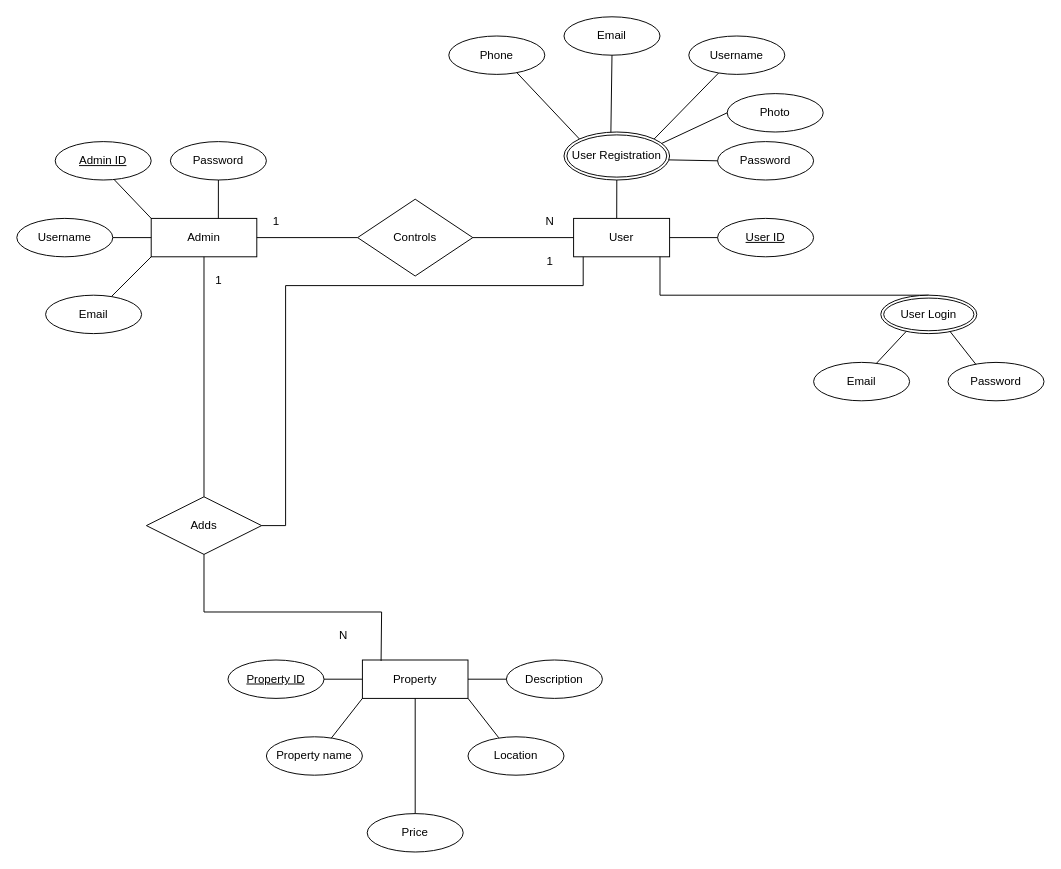
Earlier version of the draw.io diagram Untitled Diagram.drawio (stormraider2059/csit-2077-photos). Source tidied: cells renumbered, new cells numbered last; positions are measured from the earlier drawing's top-left corner, leaving out a move shared by most shapes. Both pictures are drawn from the tidied source at 96%, with x=0, y=0 at pixel (16, 16).
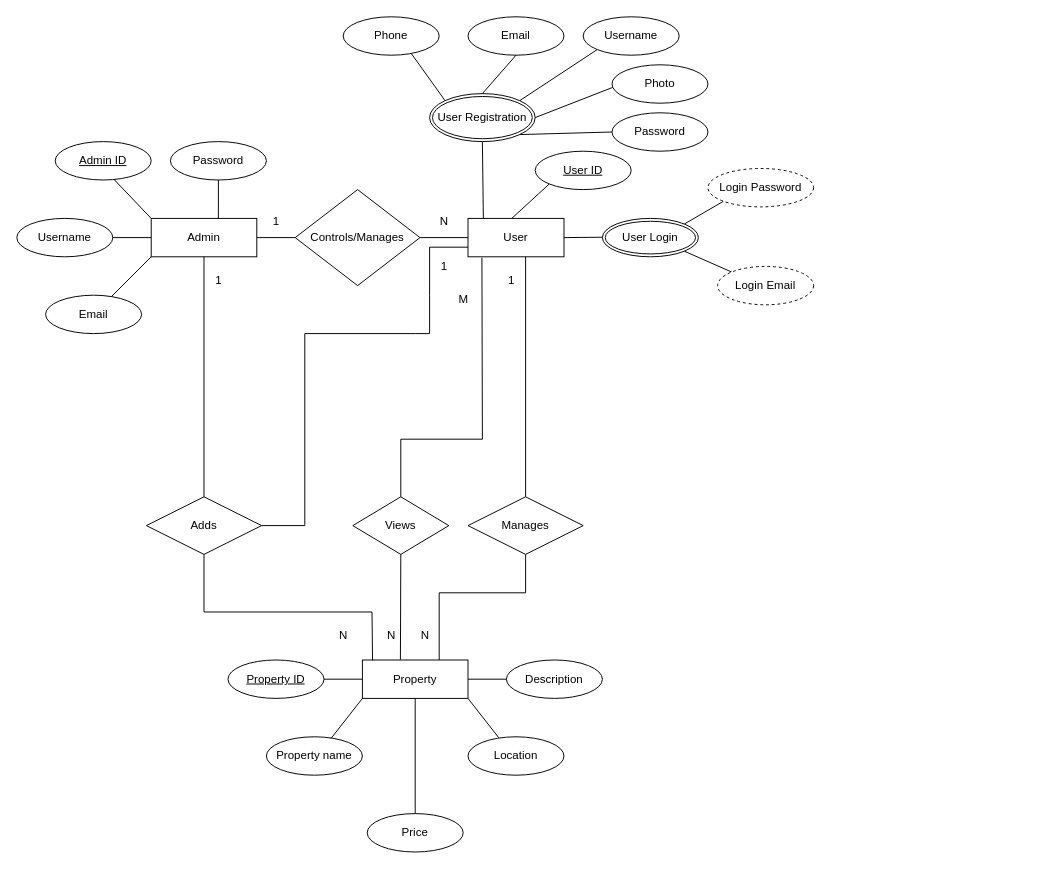
Above is the later version.

Unchanged cells that the change refers to:
```xml
<mxCell id="34" value="Property" style="whiteSpace=wrap;html=1;align=center;" parent="1" vertex="1">
  <mxGeometry x="360" y="670" width="110" height="40" as="geometry" />
</mxCell>
<mxCell id="45" value="Adds" style="shape=rhombus;perimeter=rhombusPerimeter;whiteSpace=wrap;html=1;align=center;" parent="1" vertex="1">
  <mxGeometry x="135" y="500" width="120" height="60" as="geometry" />
</mxCell>
```

The edit, as a diff of the source:
```diff
@@
     <mxCell id="2" value="User" style="whiteSpace=wrap;html=1;align=center;" parent="1" vertex="1">
-      <mxGeometry x="580" y="210" width="100" height="40" as="geometry" />
+      <mxGeometry x="470" y="210" width="100" height="40" as="geometry" />
     </mxCell>
@@
-    <mxCell id="4" value="Controls" style="shape=rhombus;perimeter=rhombusPerimeter;whiteSpace=wrap;html=1;align=center;" parent="1" vertex="1">
-      <mxGeometry x="355" y="190" width="120" height="80" as="geometry" />
+    <mxCell id="4" value="Controls/Manages" style="shape=rhombus;perimeter=rhombusPerimeter;whiteSpace=wrap;html=1;align=center;" parent="1" vertex="1">
+      <mxGeometry x="290" y="180" width="130" height="100" as="geometry" />
     </mxCell>
@@
-    <mxCell id="14" style="endArrow=none;html=1;rounded=0;exitX=0.449;exitY=-0.009;exitDx=0;exitDy=0;entryX=0.5;entryY=1;entryDx=0;entryDy=0;exitPerimeter=0;" parent="1" edge="1" source="2" target="19">
+    <mxCell id="14" style="endArrow=none;html=1;rounded=0;exitX=0.16;exitY=0.001;exitDx=0;exitDy=0;entryX=0.5;entryY=1;entryDx=0;entryDy=0;exitPerimeter=0;" parent="1" edge="1" source="2" target="19">
       <mxGeometry relative="1" as="geometry" />
     </mxCell>
     <mxCell id="15" value="Photo" style="ellipse;whiteSpace=wrap;html=1;align=center;" parent="1" vertex="1">
-      <mxGeometry x="740" y="80" width="100" height="40" as="geometry" />
+      <mxGeometry x="620" y="50" width="100" height="40" as="geometry" />
     </mxCell>
-    <mxCell id="16" style="endArrow=none;html=1;rounded=0;exitX=0.909;exitY=0.255;exitDx=0;exitDy=0;entryX=0;entryY=0.5;entryDx=0;entryDy=0;exitPerimeter=0;" parent="1" edge="1" source="19" target="15">
+    <mxCell id="16" style="endArrow=none;html=1;rounded=0;exitX=1;exitY=0.5;exitDx=0;exitDy=0;entryX=0.007;entryY=0.589;entryDx=0;entryDy=0;entryPerimeter=0;" parent="1" edge="1" source="19" target="15">
       <mxGeometry relative="1" as="geometry" />
     </mxCell>
-    <mxCell id="17" value="Email" style="ellipse;whiteSpace=wrap;html=1;align=center;" parent="1" vertex="1">
-      <mxGeometry x="830" y="360" width="100" height="40" as="geometry" />
-    </mxCell>
-    <mxCell id="18" style="endArrow=none;html=1;rounded=0;entryX=0.5;entryY=0;entryDx=0;entryDy=0;exitX=0.9;exitY=0.996;exitDx=0;exitDy=0;exitPerimeter=0;" parent="1" edge="1" source="2" target="20">
-      <mxGeometry relative="1" as="geometry">
-        <Array as="points">
-          <mxPoint x="670" y="290" />
-        </Array>
-      </mxGeometry>
+    <mxCell id="18" style="endArrow=none;html=1;rounded=0;exitX=1;exitY=0.5;exitDx=0;exitDy=0;entryX=0.024;entryY=0.49;entryDx=0;entryDy=0;entryPerimeter=0;" parent="1" edge="1" source="2" target="20">
+      <mxGeometry relative="1" as="geometry" />
     </mxCell>
     <mxCell id="19" value="User Registration" style="ellipse;shape=doubleEllipse;margin=3;whiteSpace=wrap;html=1;align=center;" parent="1" vertex="1">
-      <mxGeometry x="570" y="120" width="110" height="50" as="geometry" />
+      <mxGeometry x="430" y="80" width="110" height="50" as="geometry" />
     </mxCell>
     <mxCell id="20" value="User Login" style="ellipse;shape=doubleEllipse;margin=3;whiteSpace=wrap;html=1;align=center;" parent="1" vertex="1">
-      <mxGeometry x="900" y="290" width="100" height="40" as="geometry" />
+      <mxGeometry x="610" y="210" width="100" height="40" as="geometry" />
     </mxCell>
     <mxCell id="21" value="Username" style="ellipse;whiteSpace=wrap;html=1;align=center;rotation=0;" parent="1" vertex="1">
-      <mxGeometry x="700" y="20" width="100" height="40" as="geometry" />
+      <mxGeometry x="590" width="100" height="40" as="geometry" />
     </mxCell>
-    <mxCell id="22" style="endArrow=none;html=1;rounded=0;exitX=1;exitY=0;exitDx=0;exitDy=0;entryX=0.311;entryY=0.963;entryDx=0;entryDy=0;entryPerimeter=0;" parent="1" edge="1" source="19" target="21">
+    <mxCell id="22" style="endArrow=none;html=1;rounded=0;exitX=1;exitY=0;exitDx=0;exitDy=0;entryX=0;entryY=1;entryDx=0;entryDy=0;" parent="1" edge="1" source="19" target="21">
       <mxGeometry relative="1" as="geometry" />
     </mxCell>
     <mxCell id="23" value="Email" style="ellipse;whiteSpace=wrap;html=1;align=center;" parent="1" vertex="1">
-      <mxGeometry x="570" width="100" height="40" as="geometry" />
+      <mxGeometry x="470" width="100" height="40" as="geometry" />
     </mxCell>
-    <mxCell id="24" style="endArrow=none;html=1;rounded=0;exitX=0.444;exitY=0.007;exitDx=0;exitDy=0;entryX=0.5;entryY=1;entryDx=0;entryDy=0;exitPerimeter=0;" parent="1" edge="1" source="19" target="23">
+    <mxCell id="24" style="endArrow=none;html=1;rounded=0;exitX=0.5;exitY=0;exitDx=0;exitDy=0;entryX=0.5;entryY=1;entryDx=0;entryDy=0;" parent="1" edge="1" source="19" target="23">
       <mxGeometry relative="1" as="geometry" />
     </mxCell>
     <mxCell id="25" value="Phone" style="ellipse;whiteSpace=wrap;html=1;align=center;" parent="1" vertex="1">
-      <mxGeometry x="450" y="20" width="100" height="40" as="geometry" />
+      <mxGeometry x="340" width="100" height="40" as="geometry" />
     </mxCell>
@@
     <mxCell id="27" value="&lt;u&gt;User ID&lt;/u&gt;" style="ellipse;whiteSpace=wrap;html=1;align=center;" parent="1" vertex="1">
-      <mxGeometry x="730" y="210" width="100" height="40" as="geometry" />
+      <mxGeometry x="540" y="140" width="100" height="40" as="geometry" />
     </mxCell>
-    <mxCell id="28" style="endArrow=none;html=1;rounded=0;entryX=0.265;entryY=0.942;entryDx=0;entryDy=0;entryPerimeter=0;exitX=0.654;exitY=0.025;exitDx=0;exitDy=0;exitPerimeter=0;" parent="1" edge="1" source="17" target="20">
+    <mxCell id="28" style="endArrow=none;html=1;rounded=0;entryX=1;entryY=1;entryDx=0;entryDy=0;exitX=0;exitY=0;exitDx=0;exitDy=0;" parent="1" edge="1" source="66" target="20">
       <mxGeometry relative="1" as="geometry" />
     </mxCell>
-    <mxCell id="29" value="Password" style="ellipse;whiteSpace=wrap;html=1;align=center;" parent="1" vertex="1">
-      <mxGeometry x="970" y="360" width="100" height="40" as="geometry" />
-    </mxCell>
     <mxCell id="30" value="Password" style="ellipse;whiteSpace=wrap;html=1;align=center;" parent="1" vertex="1">
-      <mxGeometry x="730" y="130" width="100" height="40" as="geometry" />
+      <mxGeometry x="620" y="100" width="100" height="40" as="geometry" />
     </mxCell>
-    <mxCell id="31" style="endArrow=none;html=1;rounded=0;exitX=0;exitY=0.5;exitDx=0;exitDy=0;entryX=0.991;entryY=0.581;entryDx=0;entryDy=0;entryPerimeter=0;" parent="1" edge="1" source="30" target="19">
+    <mxCell id="31" style="endArrow=none;html=1;rounded=0;exitX=0;exitY=0.5;exitDx=0;exitDy=0;entryX=1;entryY=1;entryDx=0;entryDy=0;" parent="1" edge="1" source="30" target="19">
       <mxGeometry relative="1" as="geometry" />
     </mxCell>
-    <mxCell id="32" style="endArrow=none;html=1;rounded=0;exitX=0.29;exitY=0.049;exitDx=0;exitDy=0;entryX=0.72;entryY=0.94;entryDx=0;entryDy=0;entryPerimeter=0;exitPerimeter=0;" parent="1" edge="1" source="29" target="20">
+    <mxCell id="32" style="endArrow=none;html=1;rounded=0;exitX=0;exitY=1;exitDx=0;exitDy=0;entryX=1;entryY=0;entryDx=0;entryDy=0;" parent="1" edge="1" source="65" target="20">
       <mxGeometry relative="1" as="geometry" />
     </mxCell>
-    <mxCell id="33" style="endArrow=none;html=1;rounded=0;exitX=0;exitY=0.5;exitDx=0;exitDy=0;entryX=1;entryY=0.5;entryDx=0;entryDy=0;" parent="1" edge="1" source="27" target="2">
+    <mxCell id="33" style="endArrow=none;html=1;rounded=0;exitX=0;exitY=1;exitDx=0;exitDy=0;entryX=0.458;entryY=-0.004;entryDx=0;entryDy=0;entryPerimeter=0;" parent="1" edge="1" source="27" target="2">
       <mxGeometry relative="1" as="geometry" />
     </mxCell>
@@
-    <mxCell id="46" style="endArrow=none;html=1;rounded=0;entryX=0.5;entryY=1;entryDx=0;entryDy=0;exitX=0.177;exitY=0.025;exitDx=0;exitDy=0;exitPerimeter=0;" parent="1" edge="1" source="34" target="45">
+    <mxCell id="46" style="endArrow=none;html=1;rounded=0;entryX=0.5;entryY=1;entryDx=0;entryDy=0;exitX=0.096;exitY=0.013;exitDx=0;exitDy=0;exitPerimeter=0;" parent="1" edge="1" source="34" target="45">
       <mxGeometry relative="1" as="geometry">
         <Array as="points">
-          <mxPoint x="380" y="620" />
+          <mxPoint x="370" y="620" />
           <mxPoint x="195" y="620" />
         </Array>
       </mxGeometry>
     </mxCell>
@@
     <mxCell id="49" value="N" style="text;html=1;align=center;verticalAlign=middle;strokeColor=none;fillColor=none;" parent="1" vertex="1">
-      <mxGeometry x="540" y="198" width="30" height="30" as="geometry" />
+      <mxGeometry x="430" y="198" width="30" height="30" as="geometry" />
     </mxCell>
@@
-    <mxCell id="53" style="endArrow=none;html=1;rounded=0;exitX=1;exitY=0.5;exitDx=0;exitDy=0;entryX=0.1;entryY=1;entryDx=0;entryDy=0;entryPerimeter=0;" parent="1" edge="1" source="45" target="2">
+    <mxCell id="53" style="endArrow=none;html=1;rounded=0;exitX=1;exitY=0.5;exitDx=0;exitDy=0;entryX=0;entryY=0.75;entryDx=0;entryDy=0;" parent="1" edge="1" source="45" target="2">
       <mxGeometry relative="1" as="geometry">
         <Array as="points">
-          <mxPoint x="280" y="530" />
-          <mxPoint x="280" y="280" />
-          <mxPoint x="590" y="280" />
+          <mxPoint x="300" y="530" />
+          <mxPoint x="300" y="330" />
+          <mxPoint x="415" y="330" />
+          <mxPoint x="430" y="330" />
+          <mxPoint x="430" y="290" />
+          <mxPoint x="430" y="240" />
         </Array>
       </mxGeometry>
     </mxCell>
     <mxCell id="54" value="1" style="text;html=1;align=center;verticalAlign=middle;strokeColor=none;fillColor=none;" parent="1" vertex="1">
-      <mxGeometry x="540" y="240" width="30" height="30" as="geometry" />
+      <mxGeometry x="430" y="245" width="30" height="30" as="geometry" />
     </mxCell>
+    <mxCell id="55" value="Views" style="shape=rhombus;perimeter=rhombusPerimeter;whiteSpace=wrap;html=1;align=center;" parent="1" vertex="1">
+      <mxGeometry x="350" y="500" width="100" height="60" as="geometry" />
+    </mxCell>
+    <mxCell id="56" style="endArrow=none;html=1;rounded=0;entryX=0.145;entryY=1.025;entryDx=0;entryDy=0;entryPerimeter=0;exitX=0.5;exitY=0;exitDx=0;exitDy=0;" parent="1" edge="1" source="55" target="2">
+      <mxGeometry relative="1" as="geometry">
+        <Array as="points">
+          <mxPoint x="400" y="440" />
+          <mxPoint x="485" y="440" />
+        </Array>
+      </mxGeometry>
+    </mxCell>
+    <mxCell id="57" value="M" style="text;html=1;align=center;verticalAlign=middle;strokeColor=none;fillColor=none;" parent="1" vertex="1">
+      <mxGeometry x="450" y="280" width="30" height="30" as="geometry" />
+    </mxCell>
+    <mxCell id="58" style="endArrow=none;html=1;rounded=0;entryX=0.5;entryY=1;entryDx=0;entryDy=0;exitX=0.36;exitY=-0.009;exitDx=0;exitDy=0;exitPerimeter=0;" parent="1" edge="1" source="34" target="55">
+      <mxGeometry relative="1" as="geometry" />
+    </mxCell>
+    <mxCell id="59" value="N" style="text;html=1;align=center;verticalAlign=middle;strokeColor=none;fillColor=none;" parent="1" vertex="1">
+      <mxGeometry x="375" y="630" width="30" height="30" as="geometry" />
+    </mxCell>
+    <mxCell id="60" value="Manages" style="shape=rhombus;perimeter=rhombusPerimeter;whiteSpace=wrap;html=1;align=center;" parent="1" vertex="1">
+      <mxGeometry x="470" y="500" width="120" height="60" as="geometry" />
+    </mxCell>
+    <mxCell id="61" style="endArrow=none;html=1;rounded=0;entryX=0.5;entryY=1;entryDx=0;entryDy=0;exitX=0.5;exitY=0;exitDx=0;exitDy=0;" parent="1" edge="1" source="60">
+      <mxGeometry relative="1" as="geometry">
+        <mxPoint x="530" y="250" as="targetPoint" />
+      </mxGeometry>
+    </mxCell>
+    <mxCell id="62" value="1" style="text;html=1;align=center;verticalAlign=middle;strokeColor=none;fillColor=none;" parent="1" vertex="1">
+      <mxGeometry x="500" y="260" width="30" height="30" as="geometry" />
+    </mxCell>
+    <mxCell id="63" style="endArrow=none;html=1;rounded=0;exitX=0.5;exitY=1;exitDx=0;exitDy=0;" parent="1" edge="1" source="60">
+      <mxGeometry relative="1" as="geometry">
+        <mxPoint x="440" y="670" as="targetPoint" />
+        <Array as="points">
+          <mxPoint x="530" y="600" />
+          <mxPoint x="440" y="600" />
+        </Array>
+      </mxGeometry>
+    </mxCell>
+    <mxCell id="64" value="N" style="text;html=1;align=center;verticalAlign=middle;strokeColor=none;fillColor=none;" parent="1" vertex="1">
+      <mxGeometry x="410" y="630" width="30" height="30" as="geometry" />
+    </mxCell>
+    <mxCell id="65" value="Login Password" style="ellipse;whiteSpace=wrap;html=1;align=center;dashed=1;" parent="1" vertex="1">
+      <mxGeometry x="720" y="158" width="110" height="40" as="geometry" />
+    </mxCell>
+    <mxCell id="66" value="Login Email" style="ellipse;whiteSpace=wrap;html=1;align=center;dashed=1;" parent="1" vertex="1">
+      <mxGeometry x="730" y="260" width="100" height="40" as="geometry" />
+    </mxCell>
```
